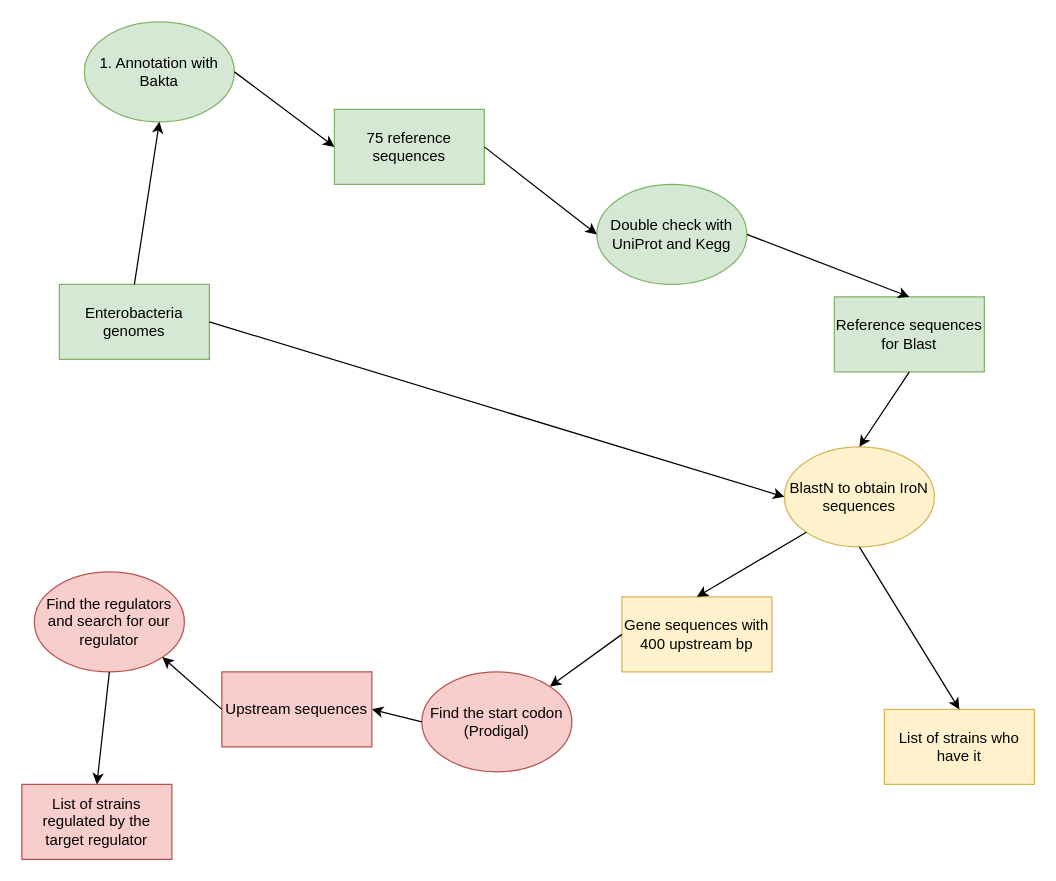
Earlier version of the draw.io diagram IroN-project.drawio (Eugenio-Molphe/IroN-project). Source tidied: cells renumbered, new cells numbered last; positions are measured from the earlier drawing's top-left corner, leaving out a move shared by most shapes. Both pictures are drawn from the tidied source at 125%, with x=0, y=0 at pixel (21, 21).
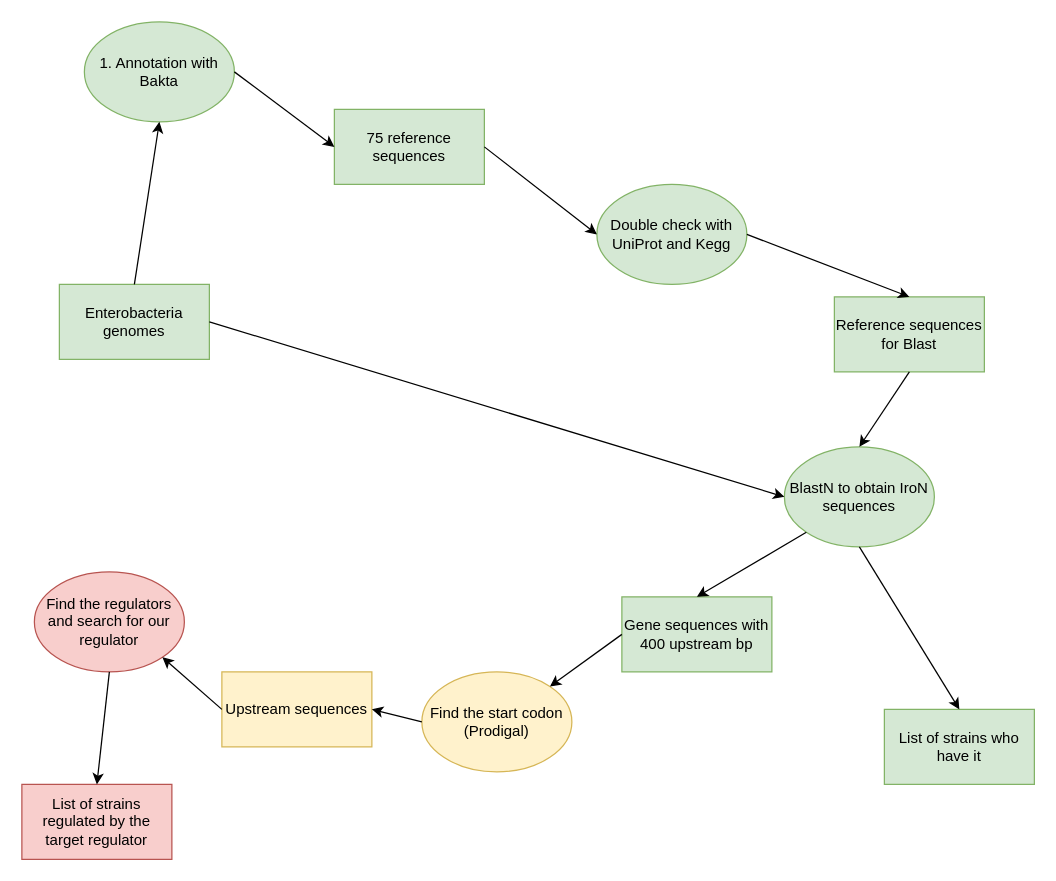
Above is the later version.

Commit message:
BlasN to obtain IroN seqs was run

Change to the diagram source:
```diff
@@
-    <mxCell id="6" value="BlastN to obtain IroN sequences" style="ellipse;whiteSpace=wrap;html=1;fillColor=#fff2cc;strokeColor=#d6b656;" parent="1" vertex="1">
+    <mxCell id="6" value="BlastN to obtain IroN sequences" style="ellipse;whiteSpace=wrap;html=1;fillColor=#d5e8d4;strokeColor=#82b366;" parent="1" vertex="1">
       <mxGeometry x="610" y="340" width="120" height="80" as="geometry" />
     </mxCell>
-    <mxCell id="7" value="List of strains who have it" style="rounded=0;whiteSpace=wrap;html=1;fillColor=#fff2cc;strokeColor=#d6b656;" parent="1" vertex="1">
+    <mxCell id="7" value="List of strains who have it" style="rounded=0;whiteSpace=wrap;html=1;fillColor=#d5e8d4;strokeColor=#82b366;" parent="1" vertex="1">
       <mxGeometry x="690" y="550" width="120" height="60" as="geometry" />
     </mxCell>
-    <mxCell id="8" value="Find the start codon (Prodigal)" style="ellipse;whiteSpace=wrap;html=1;fillColor=#f8cecc;strokeColor=#b85450;" parent="1" vertex="1">
+    <mxCell id="8" value="Find the start codon (Prodigal)" style="ellipse;whiteSpace=wrap;html=1;fillColor=#fff2cc;strokeColor=#d6b656;" parent="1" vertex="1">
       <mxGeometry x="320" y="520" width="120" height="80" as="geometry" />
     </mxCell>
@@
-    <mxCell id="11" value="Gene sequences with 400 upstream bp" style="rounded=0;whiteSpace=wrap;html=1;fillColor=#fff2cc;strokeColor=#d6b656;" parent="1" vertex="1">
+    <mxCell id="11" value="Gene sequences with 400 upstream bp" style="rounded=0;whiteSpace=wrap;html=1;fillColor=#d5e8d4;strokeColor=#82b366;" parent="1" vertex="1">
       <mxGeometry x="480" y="460" width="120" height="60" as="geometry" />
     </mxCell>
-    <mxCell id="12" value="Upstream sequences" style="rounded=0;whiteSpace=wrap;html=1;fillColor=#f8cecc;strokeColor=#b85450;" parent="1" vertex="1">
+    <mxCell id="12" value="Upstream sequences" style="rounded=0;whiteSpace=wrap;html=1;fillColor=#fff2cc;strokeColor=#d6b656;" parent="1" vertex="1">
       <mxGeometry x="160" y="520" width="120" height="60" as="geometry" />
     </mxCell>
```
